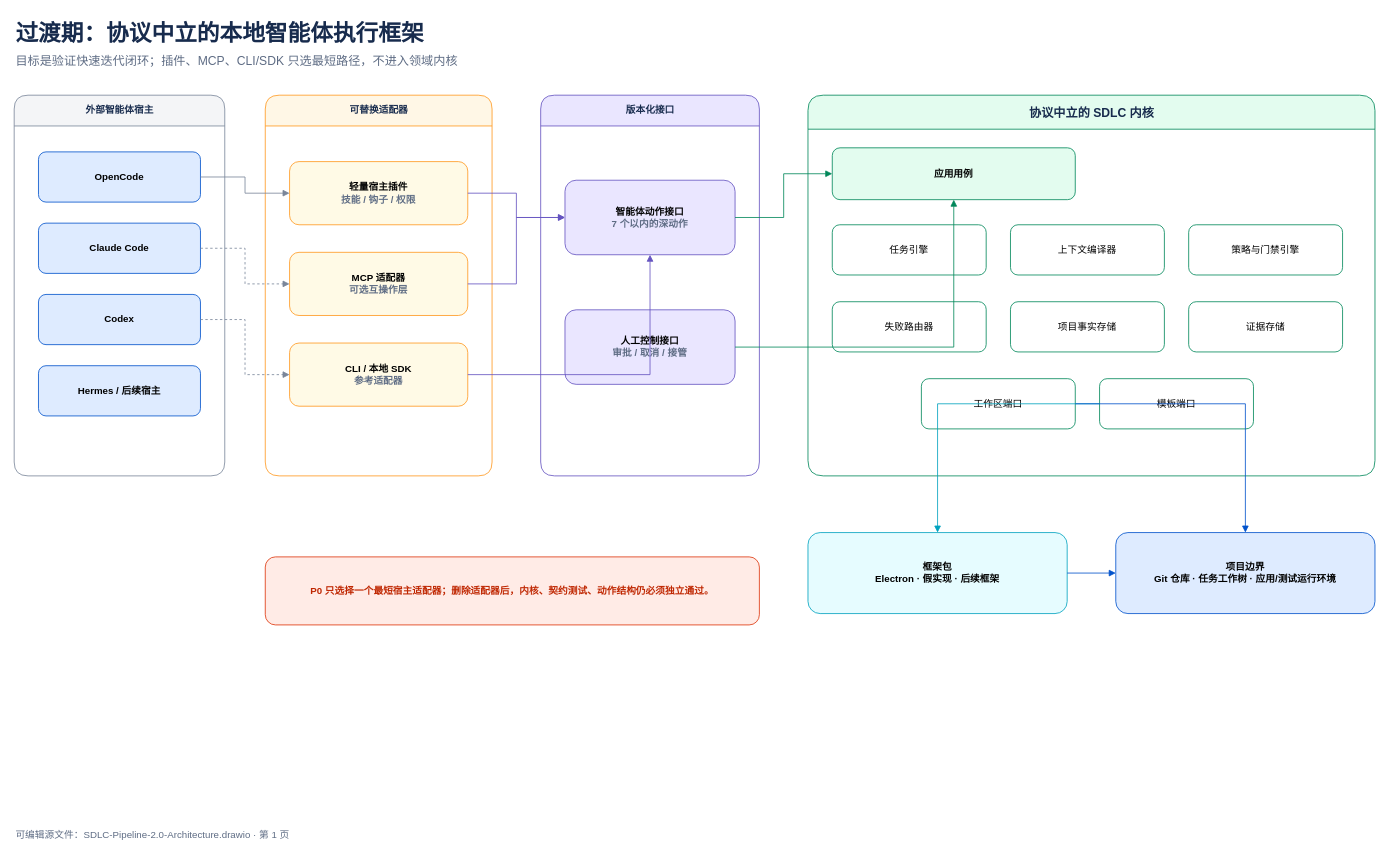
Earlier version of the draw.io diagram page "01-过渡期本地执行框架" (1 of 4) of docs/v2.0/SDLC-Pipeline-2.0-Architecture.drawio (Gandufu/sdlc-factory). Source tidied: cells renumbered, new cells numbered last; positions are measured from the earlier drawing's top-left corner, leaving out a move shared by most shapes. Both pictures are drawn from the tidied source at 81%, with x=0, y=0 at pixel (14, 14).
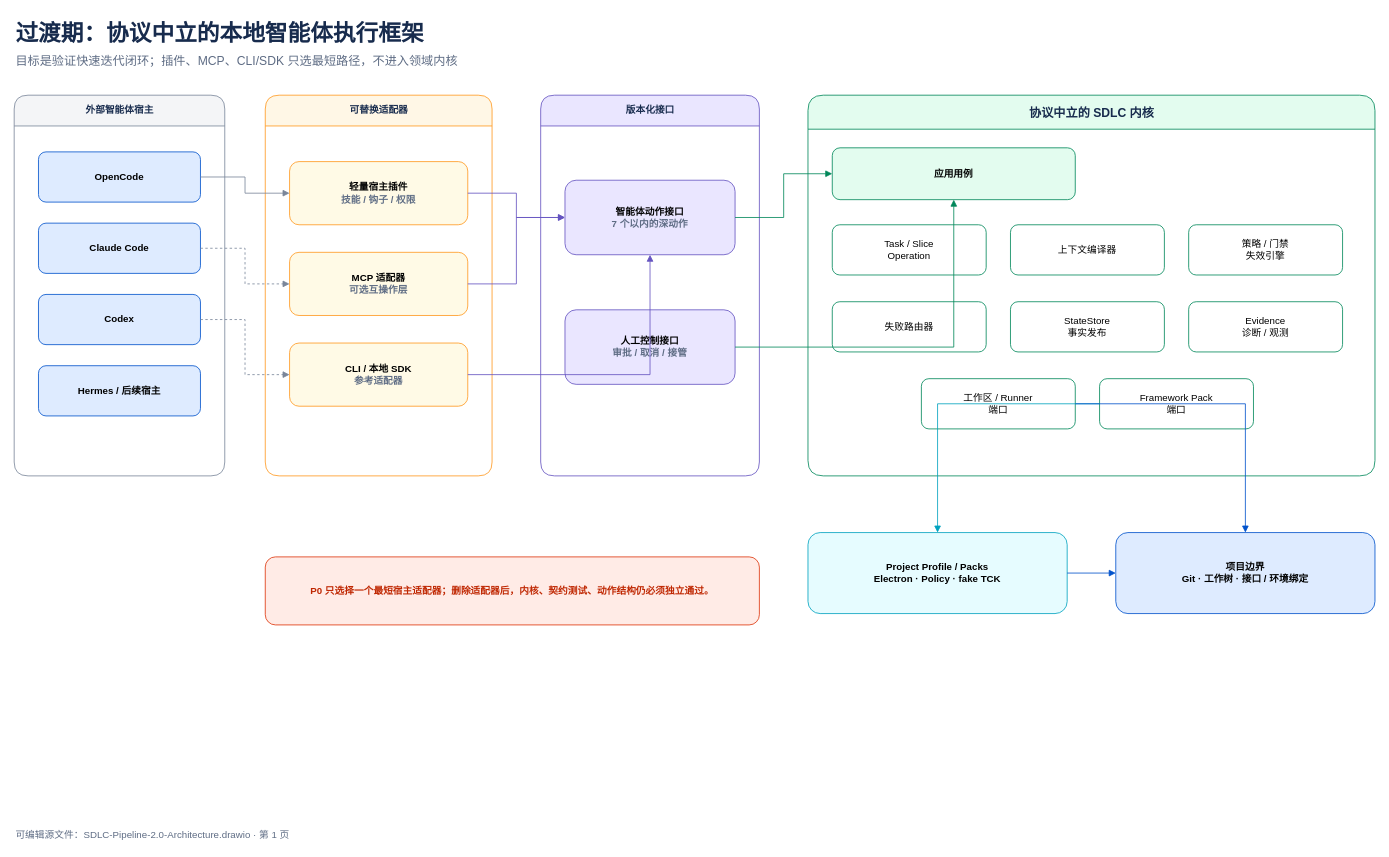
The same diagram, later.

The change refers to these unchanged cells:
```xml
<mxCell id="16" value="协议中立的 SDLC 内核" style="swimlane;html=1;rounded=1;startSize=42;fillColor=#E3FCEF;strokeColor=#00875A;fontColor=#172B4D;fontStyle=1;fontSize=15;" parent="1" vertex="1">
  <mxGeometry x="980" y="100" width="700" height="470" as="geometry" />
</mxCell>
```

Diff of the diagram source:
```diff
@@
-    <mxCell id="18" value="任务引擎" style="rounded=1;whiteSpace=wrap;html=1;fillColor=#FFFFFF;strokeColor=#00875A;" parent="16" vertex="1">
+    <mxCell id="18" value="Task / Slice&lt;br&gt;Operation" style="rounded=1;whiteSpace=wrap;html=1;fillColor=#FFFFFF;strokeColor=#00875A;" parent="16" vertex="1">
       <mxGeometry x="30" y="160" width="190" height="62" as="geometry" />
     </mxCell>
@@
-    <mxCell id="20" value="策略与门禁引擎" style="rounded=1;whiteSpace=wrap;html=1;fillColor=#FFFFFF;strokeColor=#00875A;" parent="16" vertex="1">
+    <mxCell id="20" value="策略 / 门禁&lt;br&gt;失效引擎" style="rounded=1;whiteSpace=wrap;html=1;fillColor=#FFFFFF;strokeColor=#00875A;" parent="16" vertex="1">
       <mxGeometry x="470" y="160" width="190" height="62" as="geometry" />
     </mxCell>
@@
-    <mxCell id="22" value="项目事实存储" style="rounded=1;whiteSpace=wrap;html=1;fillColor=#FFFFFF;strokeColor=#00875A;" parent="16" vertex="1">
+    <mxCell id="22" value="StateStore&lt;br&gt;事实发布" style="rounded=1;whiteSpace=wrap;html=1;fillColor=#FFFFFF;strokeColor=#00875A;" parent="16" vertex="1">
       <mxGeometry x="250" y="255" width="190" height="62" as="geometry" />
     </mxCell>
-    <mxCell id="23" value="证据存储" style="rounded=1;whiteSpace=wrap;html=1;fillColor=#FFFFFF;strokeColor=#00875A;" parent="16" vertex="1">
+    <mxCell id="23" value="Evidence&lt;br&gt;诊断 / 观测" style="rounded=1;whiteSpace=wrap;html=1;fillColor=#FFFFFF;strokeColor=#00875A;" parent="16" vertex="1">
       <mxGeometry x="470" y="255" width="190" height="62" as="geometry" />
     </mxCell>
-    <mxCell id="24" value="工作区端口" style="rounded=1;whiteSpace=wrap;html=1;fillColor=#FFFFFF;strokeColor=#00875A;" parent="16" vertex="1">
+    <mxCell id="24" value="工作区 / Runner&lt;br&gt;端口" style="rounded=1;whiteSpace=wrap;html=1;fillColor=#FFFFFF;strokeColor=#00875A;" parent="16" vertex="1">
       <mxGeometry x="140" y="350" width="190" height="62" as="geometry" />
     </mxCell>
-    <mxCell id="25" value="模板端口" style="rounded=1;whiteSpace=wrap;html=1;fillColor=#FFFFFF;strokeColor=#00875A;" parent="16" vertex="1">
+    <mxCell id="25" value="Framework Pack&lt;br&gt;端口" style="rounded=1;whiteSpace=wrap;html=1;fillColor=#FFFFFF;strokeColor=#00875A;" parent="16" vertex="1">
       <mxGeometry x="360" y="350" width="190" height="62" as="geometry" />
     </mxCell>
-    <mxCell id="26" value="框架包&lt;br&gt;Electron · 假实现 · 后续框架" style="rounded=1;whiteSpace=wrap;html=1;fillColor=#E6FCFF;strokeColor=#00A3BF;fontStyle=1;" parent="1" vertex="1">
+    <mxCell id="26" value="Project Profile / Packs&lt;br&gt;Electron · Policy · fake TCK" style="rounded=1;whiteSpace=wrap;html=1;fillColor=#E6FCFF;strokeColor=#00A3BF;fontStyle=1;" parent="1" vertex="1">
       <mxGeometry x="980" y="640" width="320" height="100" as="geometry" />
     </mxCell>
-    <mxCell id="27" value="项目边界&lt;br&gt;Git 仓库 · 任务工作树 · 应用/测试运行环境" style="rounded=1;whiteSpace=wrap;html=1;fillColor=#DEEBFF;strokeColor=#0052CC;fontStyle=1;" parent="1" vertex="1">
+    <mxCell id="27" value="项目边界&lt;br&gt;Git · 工作树 · 接口 / 环境绑定" style="rounded=1;whiteSpace=wrap;html=1;fillColor=#DEEBFF;strokeColor=#0052CC;fontStyle=1;" parent="1" vertex="1">
       <mxGeometry x="1360" y="640" width="320" height="100" as="geometry" />
     </mxCell>
```
